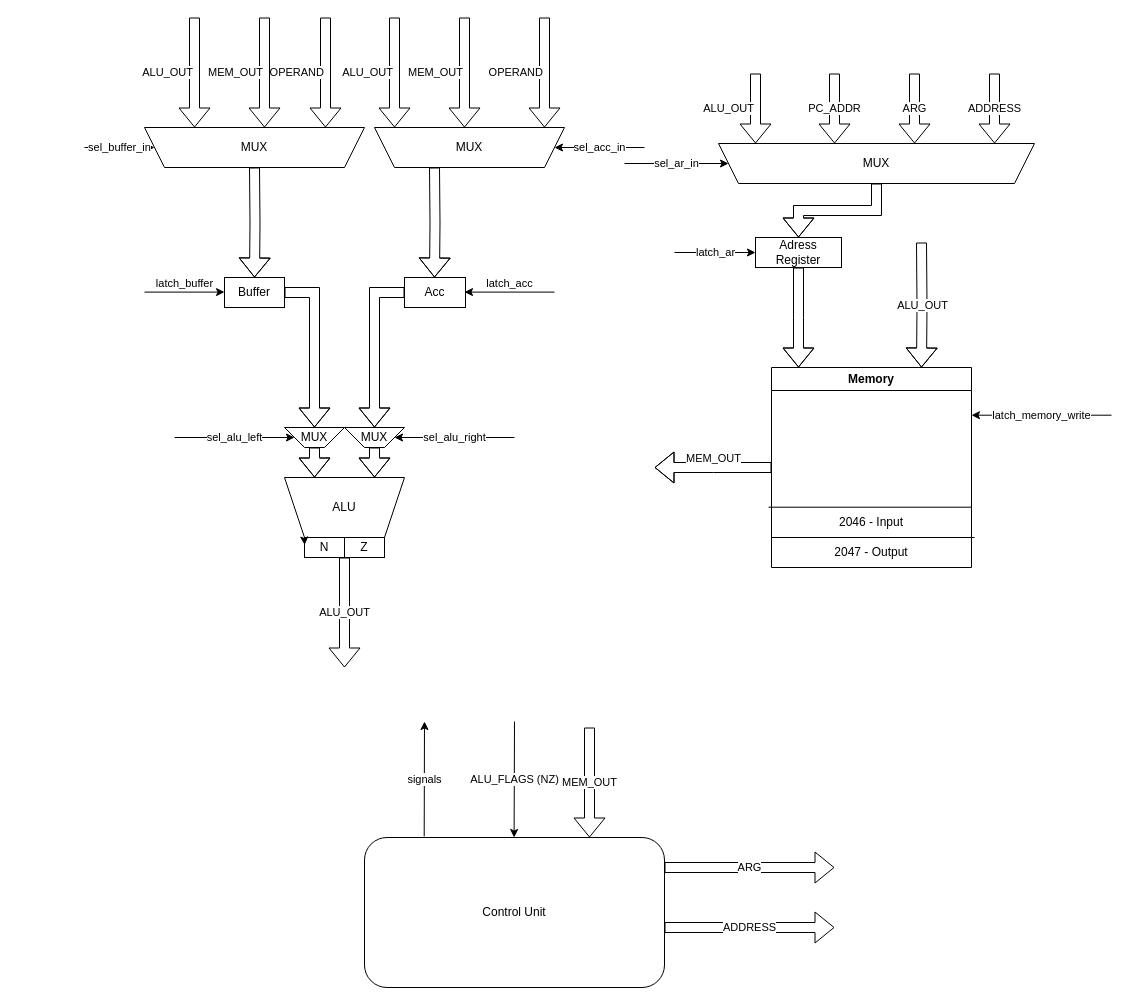
Above: docs/schemes/datapath.drawio in FEgor04/csa-lab3 (draw.io), before the change. Source tidied: cells renumbered, new cells numbered last; positions are measured from the earlier drawing's top-left corner, leaving out a move shared by most shapes. Both pictures are drawn from the tidied source at 100%, with x=0, y=0 at pixel (84, 17).
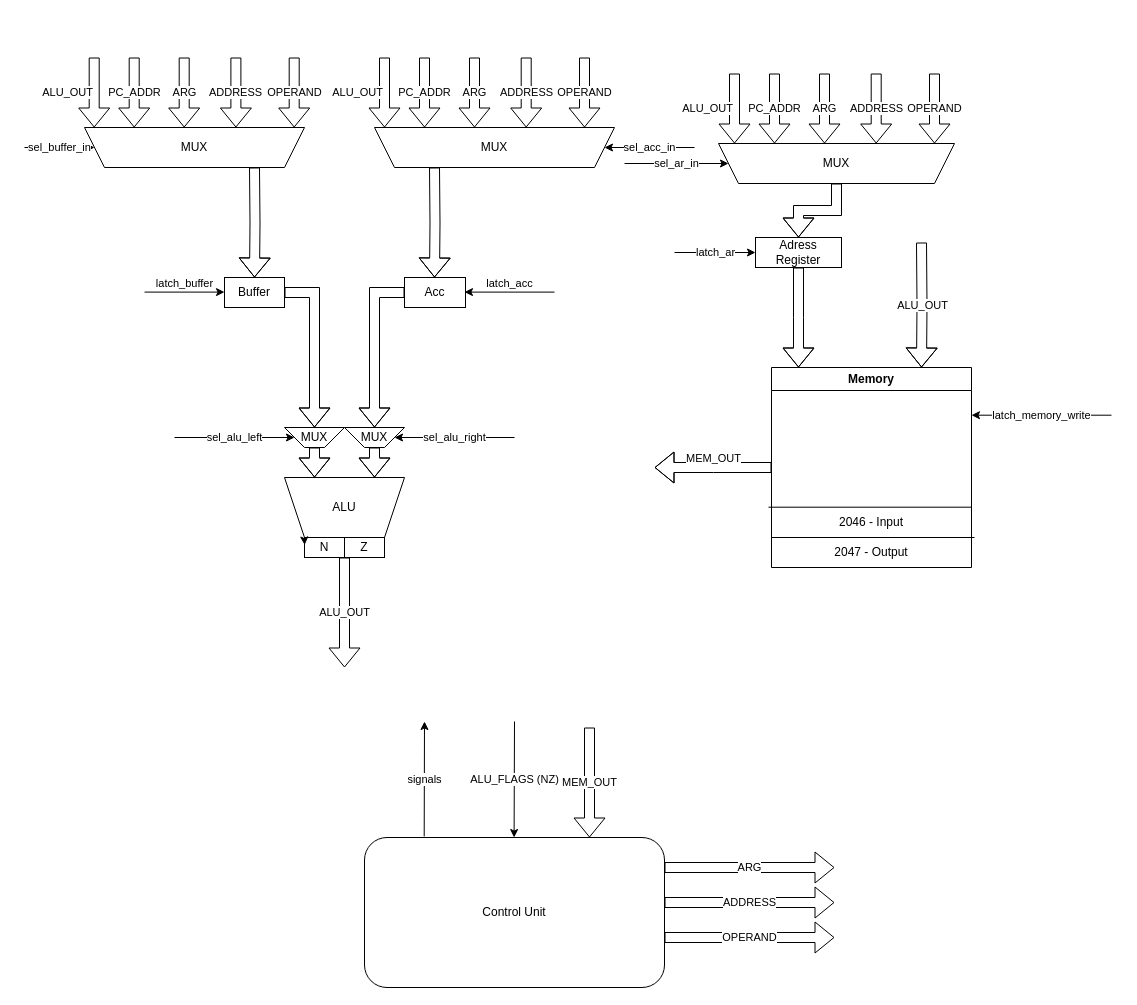
Above is the later version.

Diff of the diagram source:
```diff
@@
     <mxCell id="21" value="ALU_OUT" style="edgeStyle=orthogonalEdgeStyle;rounded=0;orthogonalLoop=1;jettySize=auto;html=1;shape=flexArrow;align=right;" parent="1" edge="1">
       <mxGeometry relative="1" as="geometry">
-        <mxPoint x="671" y="56" as="sourcePoint" />
-        <mxPoint x="671" y="126" as="targetPoint" />
+        <mxPoint x="650" y="56" as="sourcePoint" />
+        <mxPoint x="650" y="126" as="targetPoint" />
       </mxGeometry>
     </mxCell>
-    <mxCell id="22" value="ALU_OUT" style="shape=flexArrow;endArrow=classic;html=1;rounded=0;entryX=0.25;entryY=0;entryDx=0;entryDy=0;align=right;" parent="1" edge="1">
-      <mxGeometry relative="1" as="geometry">
-        <mxPoint x="110" as="sourcePoint" />
-        <mxPoint x="110" y="110" as="targetPoint" />
-      </mxGeometry>
-    </mxCell>
-    <mxCell id="23" value="ALU_OUT" style="shape=flexArrow;endArrow=classic;html=1;rounded=0;entryX=0.25;entryY=0;entryDx=0;entryDy=0;align=right;" parent="1" edge="1">
-      <mxGeometry relative="1" as="geometry">
-        <mxPoint x="310" as="sourcePoint" />
-        <mxPoint x="310" y="110" as="targetPoint" />
-      </mxGeometry>
-    </mxCell>
-    <mxCell id="24" value="MEM_OUT" style="shape=flexArrow;endArrow=classic;html=1;rounded=0;entryX=0.25;entryY=0;entryDx=0;entryDy=0;align=right;" parent="1" edge="1">
-      <mxGeometry relative="1" as="geometry">
-        <mxPoint x="180" as="sourcePoint" />
-        <mxPoint x="180" y="110" as="targetPoint" />
-      </mxGeometry>
-    </mxCell>
     <mxCell id="25" value="MUX" style="shape=trapezoid;perimeter=trapezoidPerimeter;whiteSpace=wrap;html=1;fixedSize=1;flipV=1;" parent="1" vertex="1">
-      <mxGeometry x="290" y="110" width="190" height="40" as="geometry" />
+      <mxGeometry x="290" y="110" width="240" height="40" as="geometry" />
     </mxCell>
     <mxCell id="26" value="MUX" style="shape=trapezoid;perimeter=trapezoidPerimeter;whiteSpace=wrap;html=1;fixedSize=1;flipV=1;" parent="1" vertex="1">
-      <mxGeometry x="60" y="110" width="220" height="40" as="geometry" />
+      <mxGeometry y="110" width="220" height="40" as="geometry" />
     </mxCell>
-    <mxCell id="27" value="MEM_OUT" style="shape=flexArrow;endArrow=classic;html=1;rounded=0;entryX=0.25;entryY=0;entryDx=0;entryDy=0;align=right;" parent="1" edge="1">
-      <mxGeometry relative="1" as="geometry">
-        <mxPoint x="380" as="sourcePoint" />
-        <mxPoint x="380" y="110" as="targetPoint" />
-      </mxGeometry>
-    </mxCell>
@@
     <mxCell id="36" value="sel_acc_in" style="endArrow=classic;html=1;rounded=0;entryX=1;entryY=0.5;entryDx=0;entryDy=0;" parent="1" edge="1" target="25">
       <mxGeometry relative="1" as="geometry">
-        <mxPoint x="560" y="130" as="sourcePoint" />
+        <mxPoint x="610" y="130" as="sourcePoint" />
       </mxGeometry>
     </mxCell>
     <mxCell id="37" value="sel_buffer_in" style="endArrow=classic;html=1;rounded=0;entryX=0;entryY=0.5;entryDx=0;entryDy=0;" parent="1" edge="1" target="26">
       <mxGeometry relative="1" as="geometry">
-        <mxPoint y="130" as="sourcePoint" />
+        <mxPoint x="-60" y="130" as="sourcePoint" />
       </mxGeometry>
     </mxCell>
@@
     <mxCell id="39" value="PC_ADDR" style="edgeStyle=orthogonalEdgeStyle;rounded=0;orthogonalLoop=1;jettySize=auto;html=1;shape=flexArrow;align=center;" parent="1" edge="1">
       <mxGeometry relative="1" as="geometry">
-        <mxPoint x="750" y="56" as="sourcePoint" />
-        <mxPoint x="750" y="126" as="targetPoint" />
+        <mxPoint x="690" y="56" as="sourcePoint" />
+        <mxPoint x="690" y="126" as="targetPoint" />
       </mxGeometry>
     </mxCell>
@@
     <mxCell id="41" value="MUX" style="shape=trapezoid;perimeter=trapezoidPerimeter;whiteSpace=wrap;html=1;fixedSize=1;flipV=1;" parent="1" vertex="1">
-      <mxGeometry x="634" y="126" width="316" height="40" as="geometry" />
+      <mxGeometry x="634" y="126" width="236" height="40" as="geometry" />
     </mxCell>
@@
-    <mxCell id="43" value="OPERAND" style="shape=flexArrow;endArrow=classic;html=1;rounded=0;entryX=0.25;entryY=0;entryDx=0;entryDy=0;align=right;" parent="1" edge="1">
-      <mxGeometry relative="1" as="geometry">
-        <mxPoint x="241" as="sourcePoint" />
-        <mxPoint x="241" y="110" as="targetPoint" />
-      </mxGeometry>
-    </mxCell>
-    <mxCell id="44" value="OPERAND" style="shape=flexArrow;endArrow=classic;html=1;rounded=0;entryX=0.25;entryY=0;entryDx=0;entryDy=0;align=right;" parent="1" edge="1">
-      <mxGeometry relative="1" as="geometry">
-        <mxPoint x="460" as="sourcePoint" />
-        <mxPoint x="460" y="110" as="targetPoint" />
-      </mxGeometry>
-    </mxCell>
@@
+    <mxCell id="56" value="OPERAND" style="edgeStyle=orthogonalEdgeStyle;rounded=0;orthogonalLoop=1;jettySize=auto;html=1;shape=flexArrow;" parent="1" edge="1">
+      <mxGeometry relative="1" as="geometry">
+        <mxPoint x="580" y="920" as="sourcePoint" />
+        <mxPoint x="750" y="920" as="targetPoint" />
+      </mxGeometry>
+    </mxCell>
@@
     <mxCell id="53" value="ARG" style="edgeStyle=orthogonalEdgeStyle;rounded=0;orthogonalLoop=1;jettySize=auto;html=1;shape=flexArrow;align=center;" parent="1" edge="1">
       <mxGeometry relative="1" as="geometry">
-        <mxPoint x="830" y="56" as="sourcePoint" />
-        <mxPoint x="830" y="126" as="targetPoint" />
+        <mxPoint x="740" y="56" as="sourcePoint" />
+        <mxPoint x="740" y="126" as="targetPoint" />
       </mxGeometry>
     </mxCell>
     <mxCell id="54" value="ADDRESS" style="edgeStyle=orthogonalEdgeStyle;rounded=0;orthogonalLoop=1;jettySize=auto;html=1;shape=flexArrow;align=center;" parent="1" edge="1">
       <mxGeometry relative="1" as="geometry">
-        <mxPoint x="910" y="56" as="sourcePoint" />
-        <mxPoint x="910" y="126" as="targetPoint" />
+        <mxPoint x="791.7" y="56" as="sourcePoint" />
+        <mxPoint x="791.7" y="126" as="targetPoint" />
       </mxGeometry>
     </mxCell>
     <mxCell id="55" value="ADDRESS" style="edgeStyle=orthogonalEdgeStyle;rounded=0;orthogonalLoop=1;jettySize=auto;html=1;shape=flexArrow;" parent="1" edge="1">
       <mxGeometry relative="1" as="geometry">
-        <mxPoint x="580" y="910" as="sourcePoint" />
-        <mxPoint x="750" y="910" as="targetPoint" />
+        <mxPoint x="580" y="885" as="sourcePoint" />
+        <mxPoint x="750" y="885" as="targetPoint" />
       </mxGeometry>
     </mxCell>
+    <mxCell id="57" value="OPERAND" style="edgeStyle=orthogonalEdgeStyle;rounded=0;orthogonalLoop=1;jettySize=auto;html=1;shape=flexArrow;align=center;" parent="1" edge="1">
+      <mxGeometry relative="1" as="geometry">
+        <mxPoint x="850" y="56" as="sourcePoint" />
+        <mxPoint x="850" y="126" as="targetPoint" />
+      </mxGeometry>
+    </mxCell>
+    <mxCell id="58" value="ALU_OUT" style="edgeStyle=orthogonalEdgeStyle;rounded=0;orthogonalLoop=1;jettySize=auto;html=1;shape=flexArrow;align=right;" parent="1" edge="1">
+      <mxGeometry relative="1" as="geometry">
+        <mxPoint x="300" y="40" as="sourcePoint" />
+        <mxPoint x="300" y="110" as="targetPoint" />
+      </mxGeometry>
+    </mxCell>
+    <mxCell id="59" value="PC_ADDR" style="edgeStyle=orthogonalEdgeStyle;rounded=0;orthogonalLoop=1;jettySize=auto;html=1;shape=flexArrow;align=center;" parent="1" edge="1">
+      <mxGeometry relative="1" as="geometry">
+        <mxPoint x="340" y="40" as="sourcePoint" />
+        <mxPoint x="340" y="110" as="targetPoint" />
+      </mxGeometry>
+    </mxCell>
+    <mxCell id="60" value="ARG" style="edgeStyle=orthogonalEdgeStyle;rounded=0;orthogonalLoop=1;jettySize=auto;html=1;shape=flexArrow;align=center;" parent="1" edge="1">
+      <mxGeometry relative="1" as="geometry">
+        <mxPoint x="390" y="40" as="sourcePoint" />
+        <mxPoint x="390" y="110" as="targetPoint" />
+      </mxGeometry>
+    </mxCell>
+    <mxCell id="61" value="ADDRESS" style="edgeStyle=orthogonalEdgeStyle;rounded=0;orthogonalLoop=1;jettySize=auto;html=1;shape=flexArrow;align=center;" parent="1" edge="1">
+      <mxGeometry relative="1" as="geometry">
+        <mxPoint x="441.7" y="40" as="sourcePoint" />
+        <mxPoint x="441.7" y="110" as="targetPoint" />
+      </mxGeometry>
+    </mxCell>
+    <mxCell id="62" value="OPERAND" style="edgeStyle=orthogonalEdgeStyle;rounded=0;orthogonalLoop=1;jettySize=auto;html=1;shape=flexArrow;align=center;" parent="1" edge="1">
+      <mxGeometry relative="1" as="geometry">
+        <mxPoint x="500" y="40" as="sourcePoint" />
+        <mxPoint x="500" y="110" as="targetPoint" />
+      </mxGeometry>
+    </mxCell>
+    <mxCell id="63" value="ALU_OUT" style="edgeStyle=orthogonalEdgeStyle;rounded=0;orthogonalLoop=1;jettySize=auto;html=1;shape=flexArrow;align=right;" parent="1" edge="1">
+      <mxGeometry relative="1" as="geometry">
+        <mxPoint x="9.7" y="40" as="sourcePoint" />
+        <mxPoint x="9.7" y="110" as="targetPoint" />
+      </mxGeometry>
+    </mxCell>
+    <mxCell id="64" value="PC_ADDR" style="edgeStyle=orthogonalEdgeStyle;rounded=0;orthogonalLoop=1;jettySize=auto;html=1;shape=flexArrow;align=center;" parent="1" edge="1">
+      <mxGeometry relative="1" as="geometry">
+        <mxPoint x="49.7" y="40" as="sourcePoint" />
+        <mxPoint x="49.7" y="110" as="targetPoint" />
+      </mxGeometry>
+    </mxCell>
+    <mxCell id="65" value="ARG" style="edgeStyle=orthogonalEdgeStyle;rounded=0;orthogonalLoop=1;jettySize=auto;html=1;shape=flexArrow;align=center;" parent="1" edge="1">
+      <mxGeometry relative="1" as="geometry">
+        <mxPoint x="99.7" y="40" as="sourcePoint" />
+        <mxPoint x="99.7" y="110" as="targetPoint" />
+      </mxGeometry>
+    </mxCell>
+    <mxCell id="66" value="ADDRESS" style="edgeStyle=orthogonalEdgeStyle;rounded=0;orthogonalLoop=1;jettySize=auto;html=1;shape=flexArrow;align=center;" parent="1" edge="1">
+      <mxGeometry relative="1" as="geometry">
+        <mxPoint x="151.4" y="40" as="sourcePoint" />
+        <mxPoint x="151.4" y="110" as="targetPoint" />
+      </mxGeometry>
+    </mxCell>
+    <mxCell id="67" value="OPERAND" style="edgeStyle=orthogonalEdgeStyle;rounded=0;orthogonalLoop=1;jettySize=auto;html=1;shape=flexArrow;align=center;" parent="1" edge="1">
+      <mxGeometry relative="1" as="geometry">
+        <mxPoint x="209.7" y="40" as="sourcePoint" />
+        <mxPoint x="209.7" y="110" as="targetPoint" />
+      </mxGeometry>
+    </mxCell>
```
